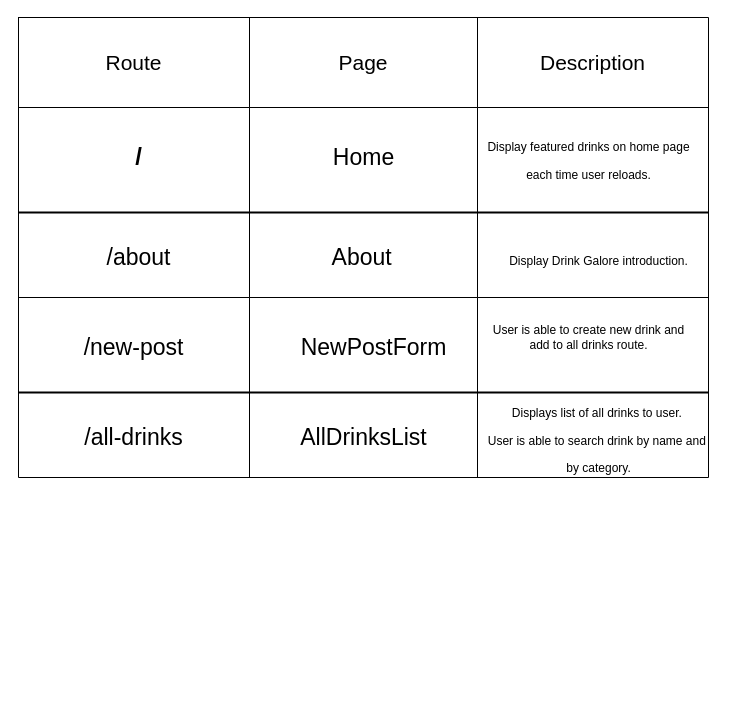
Before: planning/routes.drawio in scmh001/react-hooks-phase-2-project, a draw.io diagram. Source tidied: cells renumbered, new cells numbered last; positions are measured from the earlier drawing's top-left corner, leaving out a move shared by most shapes. Both pictures are drawn from the tidied source at 100%, with x=0, y=0 at pixel (18, 17).
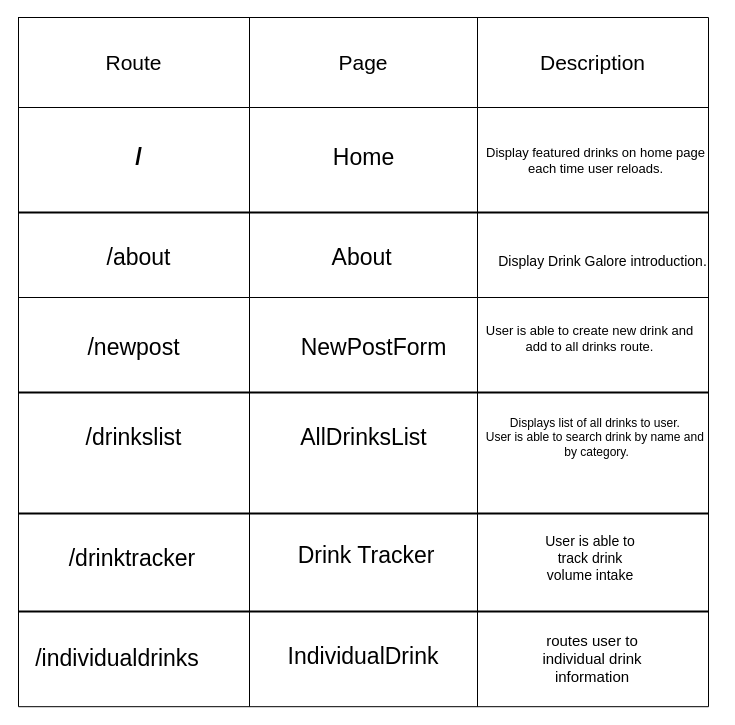
The same page after the edit.

The edit, as a diff of the source:
```diff
@@
     <mxCell id="2" style="shape=table;html=1;whiteSpace=wrap;startSize=0;childLayout=tableLayout;fontSize=21;" parent="1" vertex="1">
-      <mxGeometry width="690" height="460" as="geometry" />
+      <mxGeometry width="690" height="689.2" as="geometry" />
     </mxCell>
@@
     <mxCell id="11" style="shape=tableRow;horizontal=0;startSize=0;swimlaneHead=0;swimlaneBody=0;top=0;left=0;bottom=0;right=0;fillColor=none;" parent="2" vertex="1">
-      <mxGeometry y="280" width="690" height="180" as="geometry" />
+      <mxGeometry y="280" width="690" height="409" as="geometry" />
     </mxCell>
     <mxCell id="12" style="shape=partialRectangle;html=1;whiteSpace=wrap;fillColor=none;top=0;left=0;bottom=0;right=0;overflow=hidden;" parent="11" vertex="1">
-      <mxGeometry width="231" height="180" as="geometry" />
+      <mxGeometry width="231" height="409" as="geometry" />
     </mxCell>
     <mxCell id="13" style="shape=partialRectangle;html=1;whiteSpace=wrap;fillColor=none;top=0;left=0;bottom=0;right=0;overflow=hidden;" parent="11" vertex="1">
-      <mxGeometry x="231" width="228" height="180" as="geometry" />
+      <mxGeometry x="231" width="228" height="409" as="geometry" />
     </mxCell>
     <mxCell id="14" style="shape=partialRectangle;html=1;whiteSpace=wrap;fillColor=none;top=0;left=0;bottom=0;right=0;overflow=hidden;" parent="11" vertex="1">
-      <mxGeometry x="459" width="231" height="180" as="geometry" />
+      <mxGeometry x="459" width="231" height="409" as="geometry" />
     </mxCell>
@@
-    <mxCell id="19" value="/new-post" style="text;html=1;align=center;verticalAlign=middle;strokeColor=none;fillColor=none;fontSize=23;" parent="1" vertex="1">
-      <mxGeometry x="55" y="310" width="120" height="40" as="geometry" />
+    <mxCell id="19" value="/newpost" style="text;html=1;align=center;verticalAlign=middle;strokeColor=none;fillColor=none;fontSize=23;" parent="1" vertex="1">
+      <mxGeometry x="60" y="310" width="110" height="40" as="geometry" />
     </mxCell>
-    <mxCell id="20" value="/all-drinks" style="text;html=1;align=center;verticalAlign=middle;strokeColor=none;fillColor=none;fontSize=23;" parent="1" vertex="1">
-      <mxGeometry x="55" y="400" width="120" height="40" as="geometry" />
+    <mxCell id="20" value="/drinkslist" style="text;html=1;align=center;verticalAlign=middle;strokeColor=none;fillColor=none;fontSize=23;" parent="1" vertex="1">
+      <mxGeometry x="58" y="400" width="114" height="40" as="geometry" />
     </mxCell>
@@
-    <mxCell id="25" value="&lt;span style=&quot;font-size: 12px;&quot;&gt;Displays list of all drinks to user.&amp;nbsp;&lt;br&gt;User is able to search drink by name and&amp;nbsp;&lt;br&gt;by category.&lt;br&gt;&lt;/span&gt;" style="text;html=1;align=center;verticalAlign=middle;strokeColor=none;fillColor=none;fontSize=23;" parent="1" vertex="1">
-      <mxGeometry x="460" y="370" width="240" height="100" as="geometry" />
+    <mxCell id="25" value="&lt;span style=&quot;font-size: 12px;&quot;&gt;Displays list of all drinks to user.&amp;nbsp;&lt;br style=&quot;font-size: 12px;&quot;&gt;User is able to search drink by name and&amp;nbsp;&lt;br style=&quot;font-size: 12px;&quot;&gt;by category.&lt;br style=&quot;font-size: 12px;&quot;&gt;&lt;/span&gt;" style="text;html=1;align=center;verticalAlign=middle;strokeColor=none;fillColor=none;fontSize=12;" parent="1" vertex="1">
+      <mxGeometry x="458" y="392.5" width="239" height="55" as="geometry" />
     </mxCell>
-    <mxCell id="26" value="User is able to create new drink and&lt;br&gt;add to all drinks route." style="text;html=1;align=center;verticalAlign=middle;strokeColor=none;fillColor=none;fontSize=12;" parent="1" vertex="1">
-      <mxGeometry x="465" y="300" width="210" height="40" as="geometry" />
+    <mxCell id="26" value="User is able to create new drink and&lt;br style=&quot;font-size: 13px;&quot;&gt;add to all drinks route." style="text;html=1;align=center;verticalAlign=middle;strokeColor=none;fillColor=none;fontSize=13;" parent="1" vertex="1">
+      <mxGeometry x="458" y="299" width="225" height="43" as="geometry" />
     </mxCell>
-    <mxCell id="27" value="&lt;font style=&quot;font-size: 12px;&quot;&gt;Display Drink Galore introduction.&lt;/font&gt;" style="text;html=1;align=center;verticalAlign=middle;strokeColor=none;fillColor=none;fontSize=23;" parent="1" vertex="1">
-      <mxGeometry x="480" y="220" width="200" height="40" as="geometry" />
+    <mxCell id="27" value="&lt;font style=&quot;font-size: 14px;&quot;&gt;Display Drink Galore introduction.&lt;/font&gt;" style="text;html=1;align=center;verticalAlign=middle;strokeColor=none;fillColor=none;fontSize=14;" parent="1" vertex="1">
+      <mxGeometry x="470" y="229" width="227" height="29" as="geometry" />
     </mxCell>
-    <mxCell id="28" value="&lt;span style=&quot;font-size: 12px;&quot;&gt;Display featured drinks on home page&lt;br&gt;each time user reloads.&lt;br&gt;&lt;/span&gt;" style="text;html=1;align=center;verticalAlign=middle;strokeColor=none;fillColor=none;fontSize=23;" parent="1" vertex="1">
-      <mxGeometry x="455" y="105" width="230" height="70" as="geometry" />
+    <mxCell id="28" value="&lt;span style=&quot;font-size: 13px;&quot;&gt;Display featured drinks on home page&lt;br style=&quot;font-size: 13px;&quot;&gt;each time user reloads.&lt;br style=&quot;font-size: 13px;&quot;&gt;&lt;/span&gt;" style="text;html=1;align=center;verticalAlign=middle;strokeColor=none;fillColor=none;fontSize=13;" parent="1" vertex="1">
+      <mxGeometry x="458" y="121" width="237" height="43" as="geometry" />
     </mxCell>
+    <mxCell id="29" style="line;strokeWidth=2;html=1;" parent="1" vertex="1">
+      <mxGeometry y="491" width="690" height="10" as="geometry" />
+    </mxCell>
+    <mxCell id="30" value="&lt;font style=&quot;font-size: 23px;&quot;&gt;/drinktracker&lt;/font&gt;" style="text;html=1;strokeColor=none;fillColor=none;align=center;verticalAlign=middle;whiteSpace=wrap;rounded=0;" parent="1" vertex="1">
+      <mxGeometry x="58" y="512" width="112" height="58" as="geometry" />
+    </mxCell>
+    <mxCell id="31" value="&lt;font style=&quot;font-size: 23px;&quot;&gt;Drink Tracker&lt;/font&gt;" style="text;html=1;strokeColor=none;fillColor=none;align=center;verticalAlign=middle;whiteSpace=wrap;rounded=0;" parent="1" vertex="1">
+      <mxGeometry x="265" y="509" width="166" height="58" as="geometry" />
+    </mxCell>
+    <mxCell id="32" value="&lt;font style=&quot;font-size: 14px;&quot;&gt;User is able to track drink volume intake&lt;/font&gt;" style="text;html=1;strokeColor=none;fillColor=none;align=center;verticalAlign=middle;whiteSpace=wrap;rounded=0;fontSize=14;" parent="1" vertex="1">
+      <mxGeometry x="516" y="512" width="112" height="58" as="geometry" />
+    </mxCell>
+    <mxCell id="33" style="line;strokeWidth=2;html=1;" parent="1" vertex="1">
+      <mxGeometry y="589" width="690" height="10" as="geometry" />
+    </mxCell>
+    <mxCell id="34" value="&lt;span style=&quot;font-size: 23px;&quot;&gt;/individualdrinks&lt;/span&gt;" style="text;html=1;strokeColor=none;fillColor=none;align=center;verticalAlign=middle;whiteSpace=wrap;rounded=0;" parent="1" vertex="1">
+      <mxGeometry x="28" y="612" width="142" height="58" as="geometry" />
+    </mxCell>
+    <mxCell id="35" value="&lt;span style=&quot;font-size: 23px;&quot;&gt;IndividualDrink&lt;/span&gt;" style="text;html=1;strokeColor=none;fillColor=none;align=center;verticalAlign=middle;whiteSpace=wrap;rounded=0;" parent="1" vertex="1">
+      <mxGeometry x="289" y="610" width="112" height="58" as="geometry" />
+    </mxCell>
+    <mxCell id="36" value="&lt;span style=&quot;font-size: 15px;&quot;&gt;routes user to individual drink information&lt;/span&gt;" style="text;html=1;strokeColor=none;fillColor=none;align=center;verticalAlign=middle;whiteSpace=wrap;rounded=0;fontSize=15;" parent="1" vertex="1">
+      <mxGeometry x="514" y="612" width="120" height="58" as="geometry" />
+    </mxCell>
```
